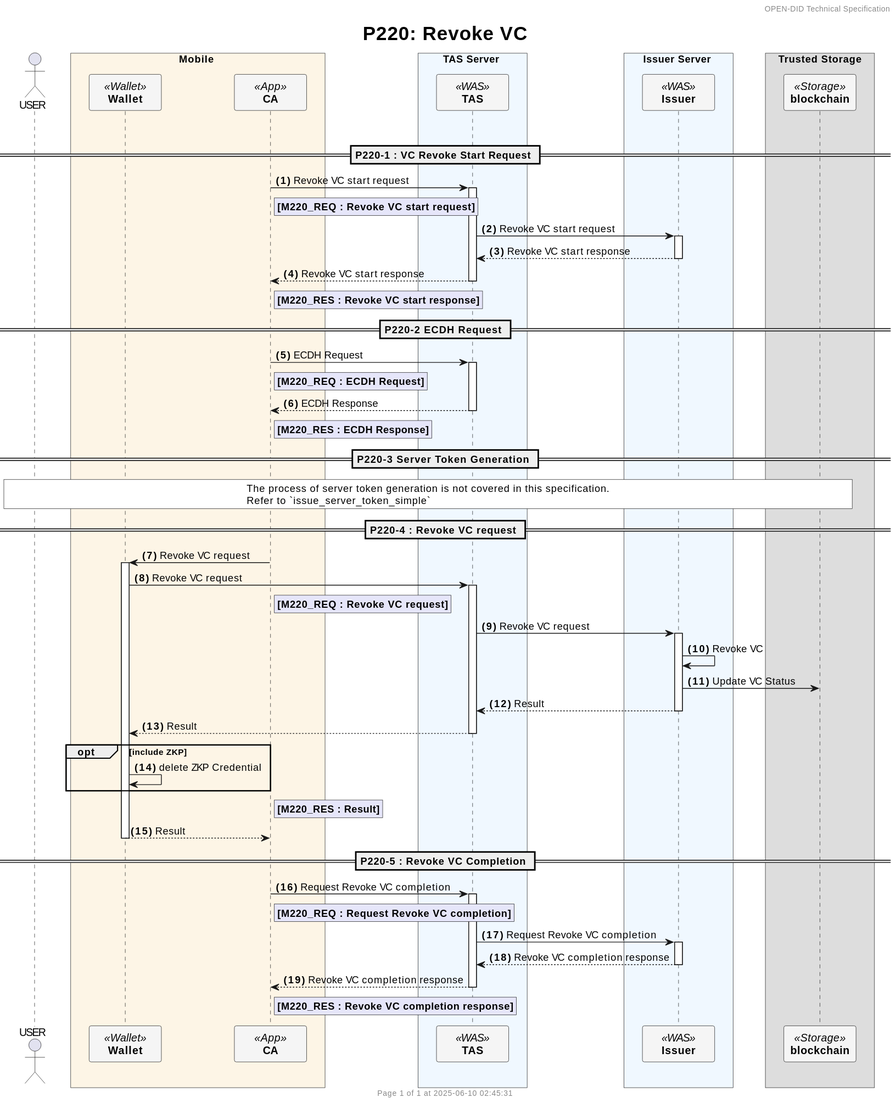
Above: docs/sequence/simple/images/P220_revoke_vc_simple.svg in OmniOneID/did-doc-architecture (PlantUML), before the change. The source it was exported from:
```plantuml
@startuml
header OPEN-DID Technical Specification
footer
  	Page %page% of %lastpage% at %date("yyyy-MM-dd hh:mm:ss")
end footer

title
	<size:25>P220: Revoke VC</size>
end title

autonumber "<b>(#)</b>"

skinparam ParticipantPadding 20
skinparam BoxPadding 20
skinparam MaxMessageSize 500
skinparam MinClassWidth 80


actor USER

box Mobile #OldLace
    participant "**Wallet**" as WALLET <<Wallet>> #WhiteSmoke
    participant "**CA**" as CA <<App>> #WhiteSmoke
end box

box TAS Server #AliceBlue
    participant "**TAS**" as TAS <<WAS>> #WhiteSmoke
end box

box Issuer Server #AliceBlue
    participant "**Issuer**" as ISSUER <<WAS>> #WhiteSmoke
end box
box Trusted Storage
    participant "**blockchain**" as BC <<Storage>> #WhiteSmoke
end box



!$refdoc = "Refer to separate document"
!$doc = "Refer to data specification document"

|||

== P220-1 : VC Revoke Start Request ==
CA -> TAS++: Revoke VC start request
    rnote right of CA #Lavender
        **[M220_REQ : Revoke VC start request]**
    end note
    TAS -> ISSUER++: Revoke VC start request
    return Revoke VC start response
return Revoke VC start response
rnote right of CA #Lavender
    **[M220_RES : Revoke VC start response]**
end note

== P220-2 ECDH Request ==
CA -> TAS++ : ECDH Request
rnote right of CA #Lavender
    **[M220_REQ : ECDH Request]**
end note

TAS --> CA--: ECDH Response
rnote right of CA #Lavender
    **[M220_RES : ECDH Response]**
end note

== P220-3 Server Token Generation ==
rnote across #white
    The process of server token generation is not covered in this specification.
    Refer to `issue_server_token_simple`
end note

== P220-4 : Revoke VC request ==
CA -> WALLET++: Revoke VC request
    WALLET -> TAS++: Revoke VC request
        rnote right of CA #Lavender
            **[M220_REQ : Revoke VC request]**
        end note
        TAS -> ISSUER++: Revoke VC request
            ISSUER -> ISSUER: Revoke VC
            ISSUER -> BC: Update VC Status
        return Result
    return Result
    opt include ZKP
        WALLET -> WALLET: delete ZKP Credential
    end
    rnote right of CA #Lavender
        **[M220_RES : Result]**
    end note
return Result

== P220-5 : Revoke VC Completion ==
CA -> TAS++: Request Revoke VC completion
    rnote right of CA #Lavender
        **[M220_REQ : Request Revoke VC completion]**
    end note
    TAS -> ISSUER++: Request Revoke VC completion
    return Revoke VC completion response
return Revoke VC completion response
rnote right of CA #Lavender
    **[M220_RES : Revoke VC completion response]**
end note
deactivate CA
@enduml
```
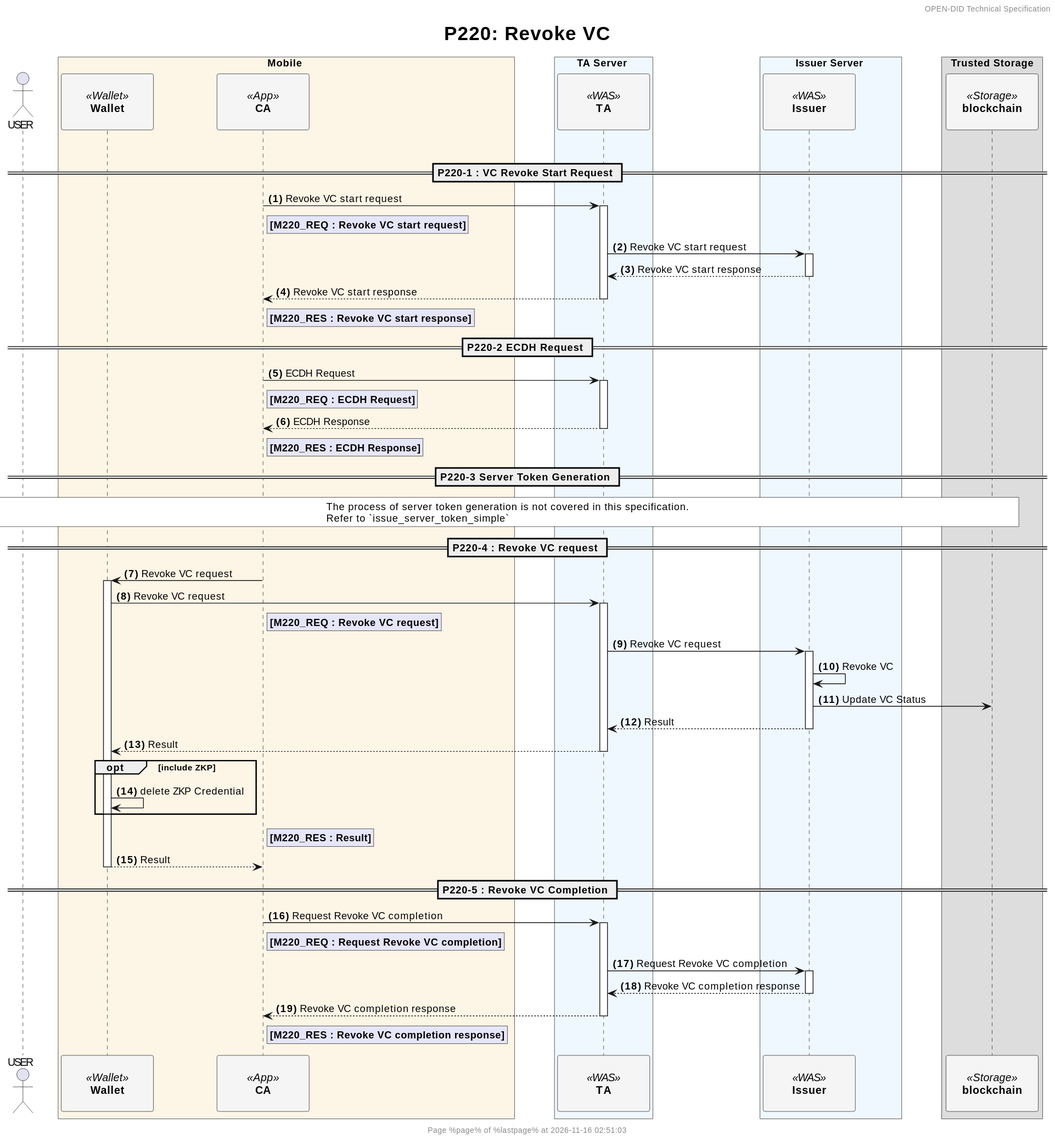
The same file after the commit.

What changed in the source:
```diff
@@ -10,7 +10,11 @@
 
 autonumber "<b>(#)</b>"
 
-skinparam ParticipantPadding 20
+<style>
+participant {
+  Padding 20
+}
+</style>
 skinparam BoxPadding 20
 skinparam MaxMessageSize 500
 skinparam MinClassWidth 80
@@ -23,8 +27,8 @@
     participant "**CA**" as CA <<App>> #WhiteSmoke
 end box
 
-box TAS Server #AliceBlue
-    participant "**TAS**" as TAS <<WAS>> #WhiteSmoke
+box TA Server #AliceBlue
+    participant "**TA**" as TA <<WAS>> #WhiteSmoke
 end box
 
 box Issuer Server #AliceBlue
@@ -42,11 +46,11 @@
 |||
 
 == P220-1 : VC Revoke Start Request ==
-CA -> TAS++: Revoke VC start request
+CA -> TA++: Revoke VC start request
     rnote right of CA #Lavender
         **[M220_REQ : Revoke VC start request]**
     end note
-    TAS -> ISSUER++: Revoke VC start request
+    TA -> ISSUER++: Revoke VC start request
     return Revoke VC start response
 return Revoke VC start response
 rnote right of CA #Lavender
@@ -54,12 +58,12 @@
 end note
 
 == P220-2 ECDH Request ==
-CA -> TAS++ : ECDH Request
+CA -> TA++ : ECDH Request
 rnote right of CA #Lavender
     **[M220_REQ : ECDH Request]**
 end note
 
-TAS --> CA--: ECDH Response
+TA --> CA--: ECDH Response
 rnote right of CA #Lavender
     **[M220_RES : ECDH Response]**
 end note
@@ -72,11 +76,11 @@
 
 == P220-4 : Revoke VC request ==
 CA -> WALLET++: Revoke VC request
-    WALLET -> TAS++: Revoke VC request
+    WALLET -> TA++: Revoke VC request
         rnote right of CA #Lavender
             **[M220_REQ : Revoke VC request]**
         end note
-        TAS -> ISSUER++: Revoke VC request
+        TA -> ISSUER++: Revoke VC request
             ISSUER -> ISSUER: Revoke VC
             ISSUER -> BC: Update VC Status
         return Result
@@ -90,11 +94,11 @@
 return Result
 
 == P220-5 : Revoke VC Completion ==
-CA -> TAS++: Request Revoke VC completion
+CA -> TA++: Request Revoke VC completion
     rnote right of CA #Lavender
         **[M220_REQ : Request Revoke VC completion]**
     end note
-    TAS -> ISSUER++: Request Revoke VC completion
+    TA -> ISSUER++: Request Revoke VC completion
     return Revoke VC completion response
 return Revoke VC completion response
 rnote right of CA #Lavender
```
